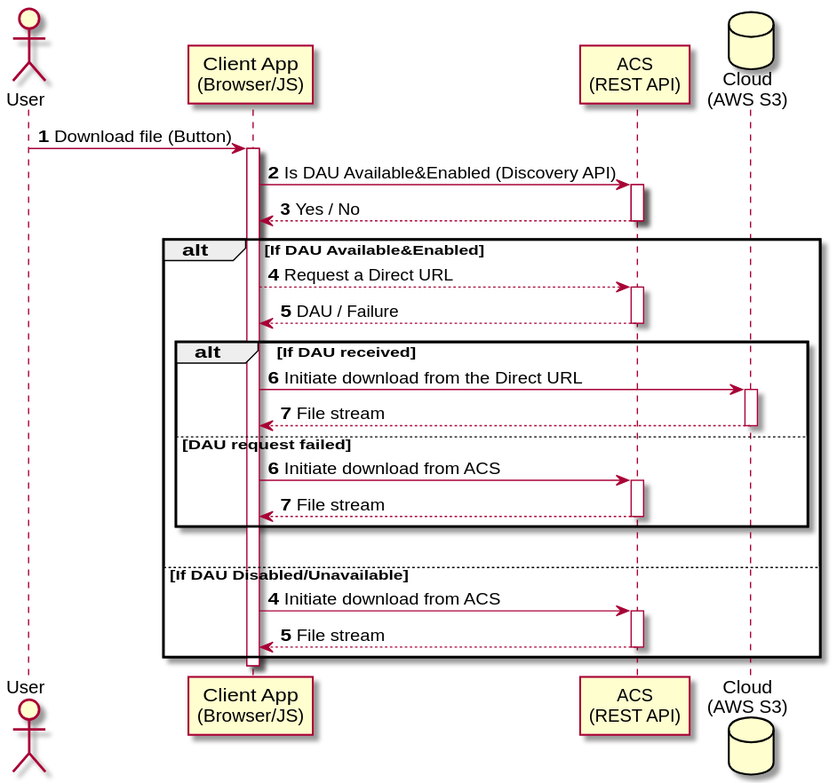
This is docs/images/dau-design-doc-sequence-diagram-ui-flow-1.svg from Alfresco/acs-packaging, a PlantUML export, as it was before one commit.
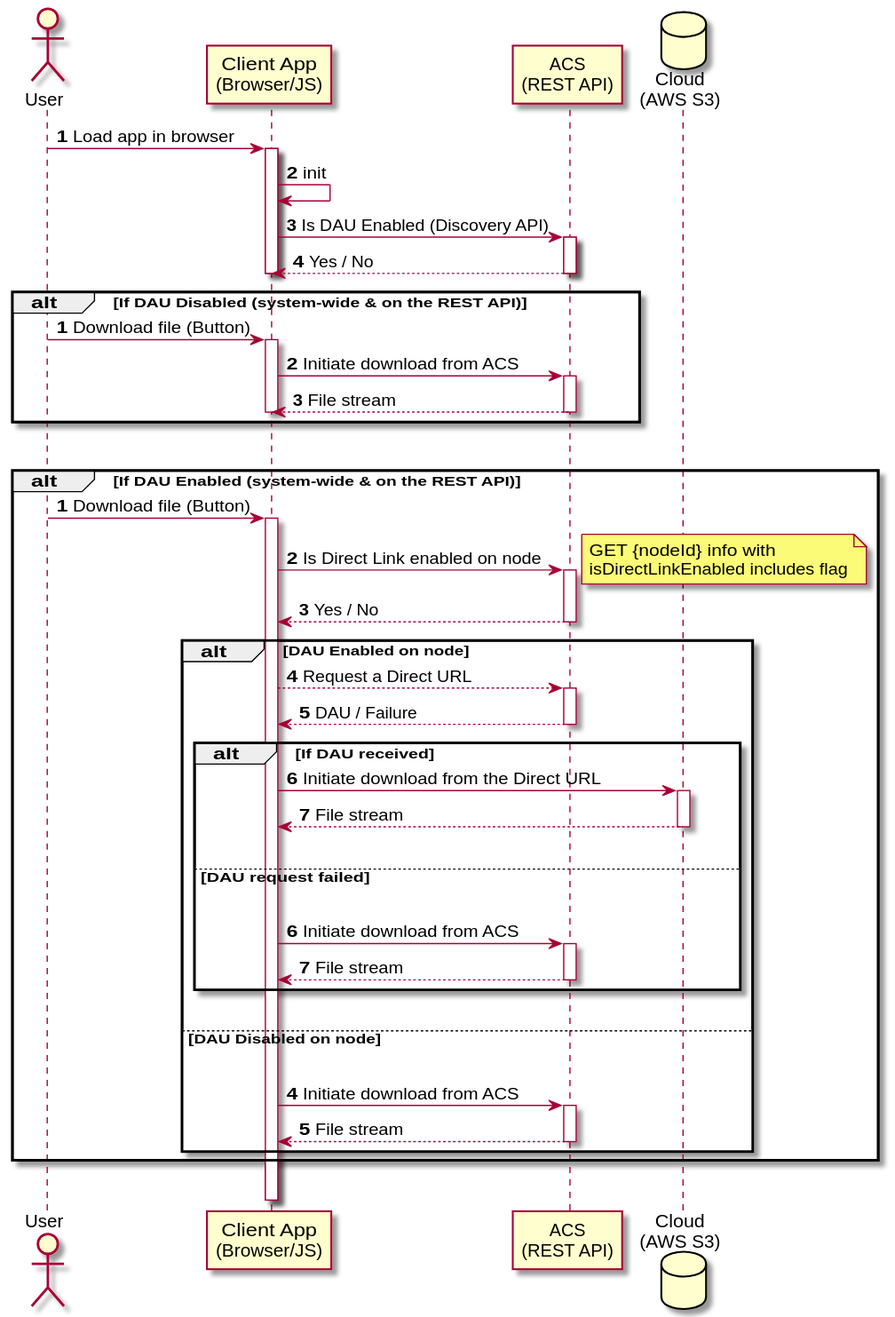
Above is the later version.

Commit message:
ACS-595 Direct Access URLs design document [skip ci]

- update diagrams

The edit, as a diff of the source:
```diff
@@ -6,29 +6,56 @@
 
 
 autonumber
-User -> App ++ : Download file (Button)
 
-App -> ACS ++: Is DAU Available&Enabled (Discovery API)
+User -> App ++ : Load app in browser
+App -> App : init
+App -> ACS ++: Is DAU Enabled (Discovery API)
 return Yes / No
+deactivate App
 
-alt If DAU Available&Enabled
-    App --> ACS ++ : Request a Direct URL
-    return DAU / Failure
 
-    alt If DAU received
-        App -> Cloud ++ : Initiate download from the Direct URL
-        return File stream
-    else DAU request failed
-        autonumber 6
+
+alt If DAU Disabled (system-wide & on the REST API)
+    autonumber
+    User -> App ++ : Download file (Button)
+    App -> ACS ++ : Initiate download from ACS
+    return File stream
+    deactivate App
+end
+|||
+
+alt If DAU Enabled (system-wide & on the REST API)
+    autonumber
+    User -> App ++ : Download file (Button)
+
+    App -> ACS ++ : Is Direct Link enabled on node
+    note right: GET {nodeId} info with\nisDirectLinkEnabled includes flag
+    return Yes / No
+
+
+    alt DAU Enabled on node
+        App --> ACS ++ : Request a Direct URL
+        return DAU / Failure
+
+        alt If DAU received
+            App -> Cloud ++ : Initiate download from the Direct URL
+            return File stream
+            |||
+        else DAU request failed
+            |||
+            autonumber 6
+            App -> ACS ++ : Initiate download from ACS
+            return File stream
+        end
+        |||
+    else DAU Disabled on node
+        |||
+        autonumber 4
         App -> ACS ++ : Initiate download from ACS
         return File stream
     end
-|||
-else If DAU Disabled/Unavailable
-    autonumber 4
-    App -> ACS ++ : Initiate download from ACS
-    return File stream
 end
 
+|||
 deactivate App
 @enduml
```
